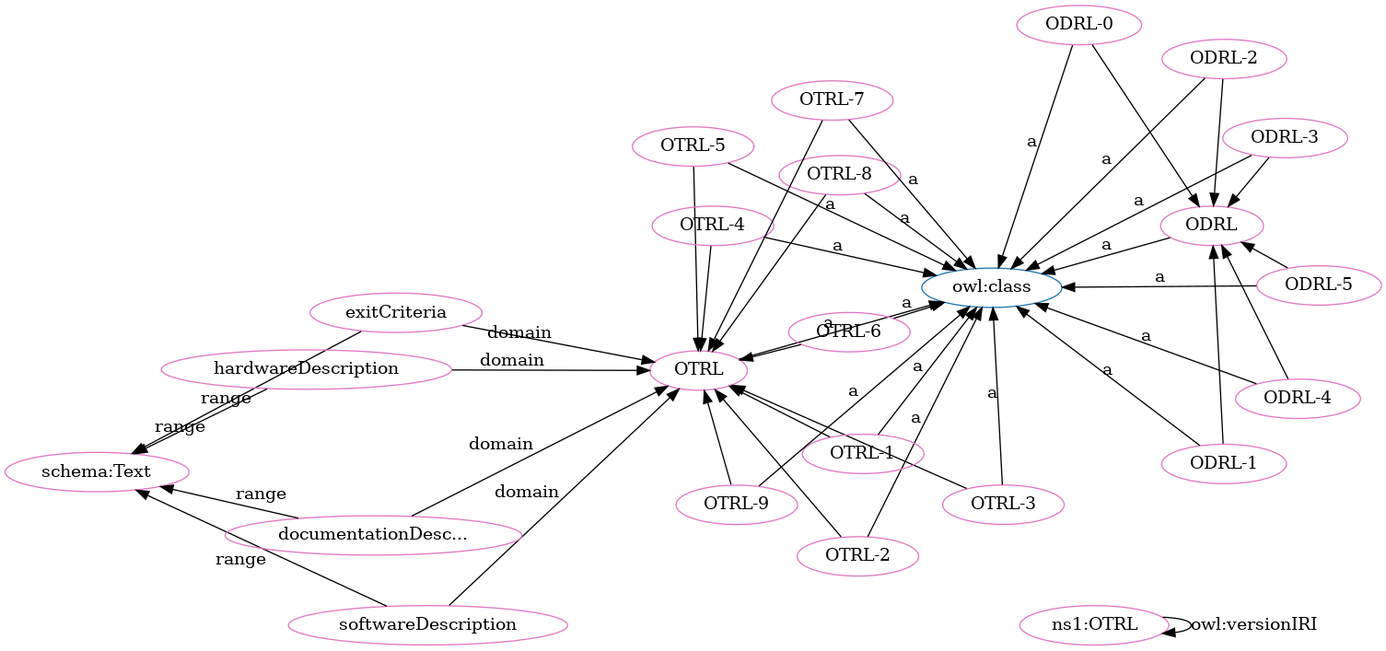
The Graphviz diagram OTRL-clean.png in OPEN-NEXT/OKH-LOSH, before a commit. Its source is kept beside it as OTRL-clean.dot. Its diagram source:
```dot
digraph G {
  rankdir=BT
  node[height=.3]
"http://purl.org/oseg/ontologies/OTRL#OTRL" [fillcolor="#1f77b4" color="#1f77b4" label="OTRL"]
"http://purl.org/oseg/ontologies/OTRL#ODRL" [fillcolor="#1f77b4" color="#1f77b4" label="ODRL"]
"http://www.w3.org/2002/07/owl#class" [fillcolor="#1f77b4" color="#1f77b4" label="owl:class"]
"http://schema.org/Text" [fillcolor="#e377c2" color="#e377c2" label="schema:Text"]
"http://purl.org/oseg/ontologies/OTRL" [fillcolor="#e377c2" color="#e377c2" label="ns1:OTRL"]
"http://purl.org/oseg/ontologies/OTRL#OTRL-2" [fillcolor="#e377c2" color="#e377c2" label="OTRL-2"]
"http://purl.org/oseg/ontologies/OTRL#ODRL-2" [fillcolor="#e377c2" color="#e377c2" label="ODRL-2"]
"http://purl.org/oseg/ontologies/OTRL#ODRL" [fillcolor="#e377c2" color="#e377c2" label="ODRL"]
"http://purl.org/oseg/ontologies/OTRL#OTRL" [fillcolor="#e377c2" color="#e377c2" label="OTRL"]
"http://purl.org/oseg/ontologies/OTRL#exitCriteria" [fillcolor="#e377c2" color="#e377c2" label="exitCriteria"]
"http://purl.org/oseg/ontologies/OTRL#softwareDescription" [fillcolor="#e377c2" color="#e377c2" label="softwareDescription"]
"http://purl.org/oseg/ontologies/OTRL#documentationDescription" [fillcolor="#e377c2" color="#e377c2" label="documentationDesc..."]
"http://purl.org/oseg/ontologies/OTRL#OTRL-3" [fillcolor="#e377c2" color="#e377c2" label="OTRL-3"]
"http://purl.org/oseg/ontologies/OTRL#ODRL-5" [fillcolor="#e377c2" color="#e377c2" label="ODRL-5"]
"http://purl.org/oseg/ontologies/OTRL#OTRL-8" [fillcolor="#e377c2" color="#e377c2" label="OTRL-8"]
"http://purl.org/oseg/ontologies/OTRL#OTRL-1" [fillcolor="#e377c2" color="#e377c2" label="OTRL-1"]
"http://purl.org/oseg/ontologies/OTRL#OTRL-6" [fillcolor="#e377c2" color="#e377c2" label="OTRL-6"]
"http://purl.org/oseg/ontologies/OTRL#OTRL-5" [fillcolor="#e377c2" color="#e377c2" label="OTRL-5"]
"http://purl.org/oseg/ontologies/OTRL#hardwareDescription" [fillcolor="#e377c2" color="#e377c2" label="hardwareDescription"]
"http://purl.org/oseg/ontologies/OTRL#OTRL-9" [fillcolor="#e377c2" color="#e377c2" label="OTRL-9"]
"http://purl.org/oseg/ontologies/OTRL#ODRL-0" [fillcolor="#e377c2" color="#e377c2" label="ODRL-0"]
"http://purl.org/oseg/ontologies/OTRL#ODRL-1" [fillcolor="#e377c2" color="#e377c2" label="ODRL-1"]
"http://purl.org/oseg/ontologies/OTRL#OTRL-4" [fillcolor="#e377c2" color="#e377c2" label="OTRL-4"]
"http://purl.org/oseg/ontologies/OTRL#ODRL-3" [fillcolor="#e377c2" color="#e377c2" label="ODRL-3"]
"http://purl.org/oseg/ontologies/OTRL#ODRL-4" [fillcolor="#e377c2" color="#e377c2" label="ODRL-4"]
"http://purl.org/oseg/ontologies/OTRL#OTRL-7" [fillcolor="#e377c2" color="#e377c2" label="OTRL-7"]
  "http://purl.org/oseg/ontologies/OTRL#OTRL-2" -> "http://www.w3.org/2002/07/owl#class" [label="a"]
  "http://purl.org/oseg/ontologies/OTRL#ODRL" -> "http://www.w3.org/2002/07/owl#class" [label="a"]
  "http://purl.org/oseg/ontologies/OTRL#OTRL-2" -> "http://purl.org/oseg/ontologies/OTRL#OTRL" [label=""]
  "http://purl.org/oseg/ontologies/OTRL#ODRL-4" -> "http://purl.org/oseg/ontologies/OTRL#ODRL" [label=""]
  "http://purl.org/oseg/ontologies/OTRL#ODRL-5" -> "http://purl.org/oseg/ontologies/OTRL#ODRL" [label=""]
  "http://purl.org/oseg/ontologies/OTRL#OTRL-7" -> "http://purl.org/oseg/ontologies/OTRL#OTRL" [label=""]
  "http://purl.org/oseg/ontologies/OTRL#OTRL-1" -> "http://www.w3.org/2002/07/owl#class" [label="a"]
  "http://purl.org/oseg/ontologies/OTRL#ODRL-2" -> "http://purl.org/oseg/ontologies/OTRL#ODRL" [label=""]
  "http://purl.org/oseg/ontologies/OTRL#OTRL-1" -> "http://purl.org/oseg/ontologies/OTRL#OTRL" [label=""]
  "http://purl.org/oseg/ontologies/OTRL#ODRL-0" -> "http://purl.org/oseg/ontologies/OTRL#ODRL" [label=""]
  "http://purl.org/oseg/ontologies/OTRL#OTRL" -> "http://www.w3.org/2002/07/owl#class" [label="a"]
  "http://purl.org/oseg/ontologies/OTRL#OTRL-3" -> "http://purl.org/oseg/ontologies/OTRL#OTRL" [label=""]
  "http://purl.org/oseg/ontologies/OTRL#ODRL-1" -> "http://www.w3.org/2002/07/owl#class" [label="a"]
  "http://purl.org/oseg/ontologies/OTRL#OTRL-4" -> "http://www.w3.org/2002/07/owl#class" [label="a"]
  "http://purl.org/oseg/ontologies/OTRL#ODRL-3" -> "http://www.w3.org/2002/07/owl#class" [label="a"]
  "http://purl.org/oseg/ontologies/OTRL#OTRL-4" -> "http://purl.org/oseg/ontologies/OTRL#OTRL" [label=""]
  "http://purl.org/oseg/ontologies/OTRL#exitCriteria" -> "http://purl.org/oseg/ontologies/OTRL#OTRL" [label="domain"]
  "http://purl.org/oseg/ontologies/OTRL#hardwareDescription" -> "http://purl.org/oseg/ontologies/OTRL#OTRL" [label="domain"]
  "http://purl.org/oseg/ontologies/OTRL#documentationDescription" -> "http://purl.org/oseg/ontologies/OTRL#OTRL" [label="domain"]
  "http://purl.org/oseg/ontologies/OTRL#OTRL-8" -> "http://purl.org/oseg/ontologies/OTRL#OTRL" [label=""]
  "http://purl.org/oseg/ontologies/OTRL#documentationDescription" -> "http://schema.org/Text" [label="range"]
  "http://purl.org/oseg/ontologies/OTRL" -> "http://purl.org/oseg/ontologies/OTRL" [label="owl:versionIRI"]
  "http://purl.org/oseg/ontologies/OTRL#ODRL-2" -> "http://www.w3.org/2002/07/owl#class" [label="a"]
  "http://purl.org/oseg/ontologies/OTRL#OTRL-5" -> "http://purl.org/oseg/ontologies/OTRL#OTRL" [label=""]
  "http://purl.org/oseg/ontologies/OTRL#ODRL-3" -> "http://purl.org/oseg/ontologies/OTRL#ODRL" [label=""]
  "http://purl.org/oseg/ontologies/OTRL#OTRL-3" -> "http://www.w3.org/2002/07/owl#class" [label="a"]
  "http://purl.org/oseg/ontologies/OTRL#hardwareDescription" -> "http://schema.org/Text" [label="range"]
  "http://purl.org/oseg/ontologies/OTRL#softwareDescription" -> "http://purl.org/oseg/ontologies/OTRL#OTRL" [label="domain"]
  "http://purl.org/oseg/ontologies/OTRL#ODRL-5" -> "http://www.w3.org/2002/07/owl#class" [label="a"]
  "http://purl.org/oseg/ontologies/OTRL#exitCriteria" -> "http://schema.org/Text" [label="range"]
  "http://purl.org/oseg/ontologies/OTRL#OTRL-8" -> "http://www.w3.org/2002/07/owl#class" [label="a"]
  "http://purl.org/oseg/ontologies/OTRL#OTRL-6" -> "http://www.w3.org/2002/07/owl#class" [label="a"]
  "http://purl.org/oseg/ontologies/OTRL#OTRL-5" -> "http://www.w3.org/2002/07/owl#class" [label="a"]
  "http://purl.org/oseg/ontologies/OTRL#ODRL-1" -> "http://purl.org/oseg/ontologies/OTRL#ODRL" [label=""]
  "http://purl.org/oseg/ontologies/OTRL#OTRL-6" -> "http://purl.org/oseg/ontologies/OTRL#OTRL" [label=""]
  "http://purl.org/oseg/ontologies/OTRL#OTRL-9" -> "http://www.w3.org/2002/07/owl#class" [label="a"]
  "http://purl.org/oseg/ontologies/OTRL#ODRL-0" -> "http://www.w3.org/2002/07/owl#class" [label="a"]
  "http://purl.org/oseg/ontologies/OTRL#OTRL-9" -> "http://purl.org/oseg/ontologies/OTRL#OTRL" [label=""]
  "http://purl.org/oseg/ontologies/OTRL#ODRL-4" -> "http://www.w3.org/2002/07/owl#class" [label="a"]
  "http://purl.org/oseg/ontologies/OTRL#OTRL-7" -> "http://www.w3.org/2002/07/owl#class" [label="a"]
  "http://purl.org/oseg/ontologies/OTRL#softwareDescription" -> "http://schema.org/Text" [label="range"]
}
```
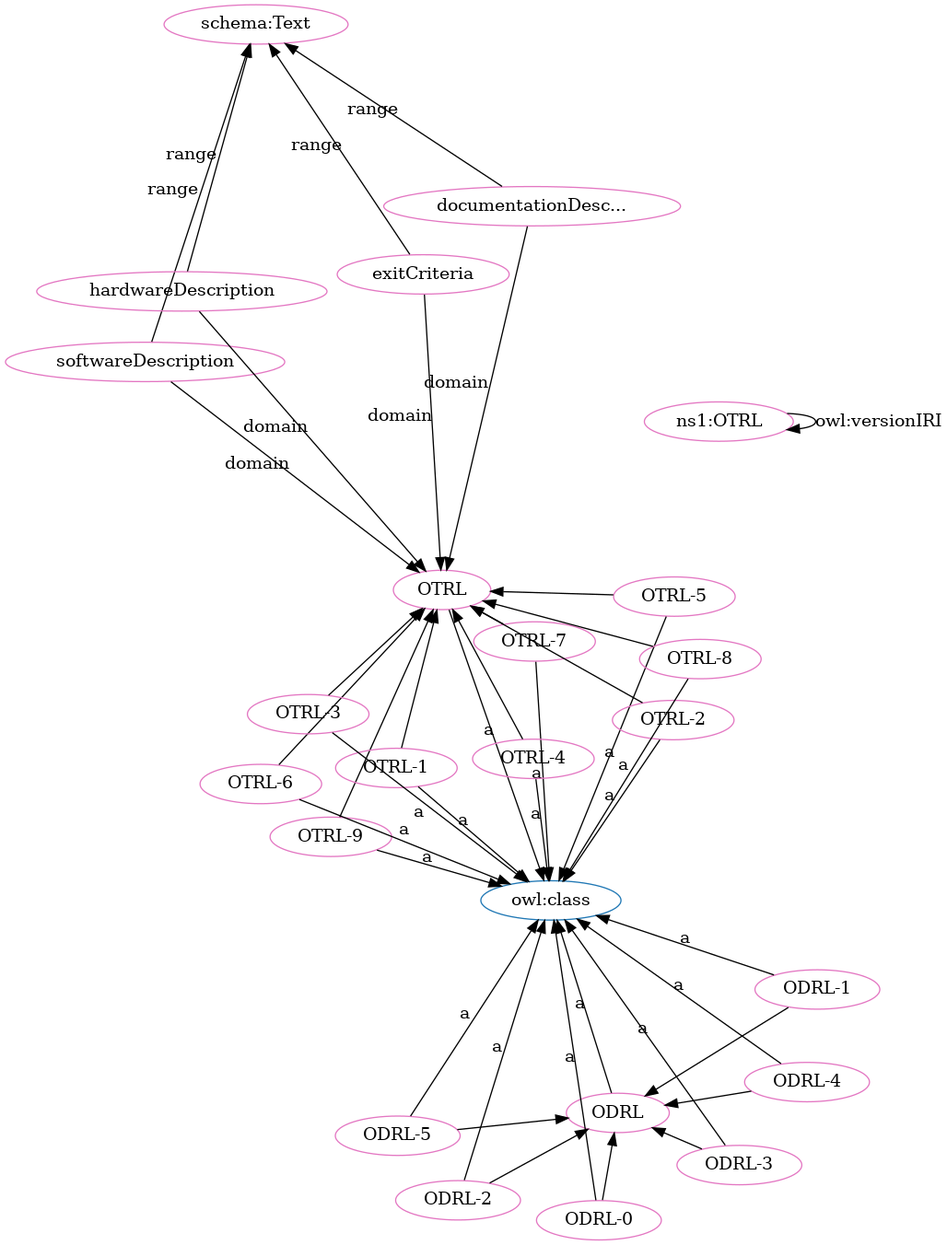
Above is the later version.

The edit, as a diff of the source:
```diff
@@ -1,71 +1,71 @@
 digraph G {
   rankdir=BT
   node[height=.3]
+"http://purl.org/oseg/ontologies/OTRL#ODRL" [fillcolor="#1f77b4" color="#1f77b4" label="ODRL"]
 "http://purl.org/oseg/ontologies/OTRL#OTRL" [fillcolor="#1f77b4" color="#1f77b4" label="OTRL"]
-"http://purl.org/oseg/ontologies/OTRL#ODRL" [fillcolor="#1f77b4" color="#1f77b4" label="ODRL"]
 "http://www.w3.org/2002/07/owl#class" [fillcolor="#1f77b4" color="#1f77b4" label="owl:class"]
+"http://purl.org/oseg/ontologies/OTRL" [fillcolor="#e377c2" color="#e377c2" label="ns1:OTRL"]
 "http://schema.org/Text" [fillcolor="#e377c2" color="#e377c2" label="schema:Text"]
-"http://purl.org/oseg/ontologies/OTRL" [fillcolor="#e377c2" color="#e377c2" label="ns1:OTRL"]
+"http://purl.org/oseg/ontologies/OTRL#OTRL-9" [fillcolor="#e377c2" color="#e377c2" label="OTRL-9"]
+"http://purl.org/oseg/ontologies/OTRL#ODRL" [fillcolor="#e377c2" color="#e377c2" label="ODRL"]
+"http://purl.org/oseg/ontologies/OTRL#ODRL-4" [fillcolor="#e377c2" color="#e377c2" label="ODRL-4"]
+"http://purl.org/oseg/ontologies/OTRL#OTRL" [fillcolor="#e377c2" color="#e377c2" label="OTRL"]
+"http://purl.org/oseg/ontologies/OTRL#OTRL-1" [fillcolor="#e377c2" color="#e377c2" label="OTRL-1"]
+"http://purl.org/oseg/ontologies/OTRL#ODRL-1" [fillcolor="#e377c2" color="#e377c2" label="ODRL-1"]
+"http://purl.org/oseg/ontologies/OTRL#OTRL-6" [fillcolor="#e377c2" color="#e377c2" label="OTRL-6"]
+"http://purl.org/oseg/ontologies/OTRL#ODRL-0" [fillcolor="#e377c2" color="#e377c2" label="ODRL-0"]
+"http://purl.org/oseg/ontologies/OTRL#ODRL-5" [fillcolor="#e377c2" color="#e377c2" label="ODRL-5"]
+"http://purl.org/oseg/ontologies/OTRL#OTRL-7" [fillcolor="#e377c2" color="#e377c2" label="OTRL-7"]
+"http://purl.org/oseg/ontologies/OTRL#ODRL-3" [fillcolor="#e377c2" color="#e377c2" label="ODRL-3"]
+"http://purl.org/oseg/ontologies/OTRL#OTRL-4" [fillcolor="#e377c2" color="#e377c2" label="OTRL-4"]
+"http://purl.org/oseg/ontologies/OTRL#OTRL-5" [fillcolor="#e377c2" color="#e377c2" label="OTRL-5"]
+"http://purl.org/oseg/ontologies/OTRL#exitCriteria" [fillcolor="#e377c2" color="#e377c2" label="exitCriteria"]
+"http://purl.org/oseg/ontologies/OTRL#softwareDescription" [fillcolor="#e377c2" color="#e377c2" label="softwareDescription"]
+"http://purl.org/oseg/ontologies/OTRL#OTRL-3" [fillcolor="#e377c2" color="#e377c2" label="OTRL-3"]
+"http://purl.org/oseg/ontologies/OTRL#hardwareDescription" [fillcolor="#e377c2" color="#e377c2" label="hardwareDescription"]
 "http://purl.org/oseg/ontologies/OTRL#OTRL-2" [fillcolor="#e377c2" color="#e377c2" label="OTRL-2"]
 "http://purl.org/oseg/ontologies/OTRL#ODRL-2" [fillcolor="#e377c2" color="#e377c2" label="ODRL-2"]
-"http://purl.org/oseg/ontologies/OTRL#ODRL" [fillcolor="#e377c2" color="#e377c2" label="ODRL"]
-"http://purl.org/oseg/ontologies/OTRL#OTRL" [fillcolor="#e377c2" color="#e377c2" label="OTRL"]
-"http://purl.org/oseg/ontologies/OTRL#exitCriteria" [fillcolor="#e377c2" color="#e377c2" label="exitCriteria"]
-"http://purl.org/oseg/ontologies/OTRL#softwareDescription" [fillcolor="#e377c2" color="#e377c2" label="softwareDescription"]
 "http://purl.org/oseg/ontologies/OTRL#documentationDescription" [fillcolor="#e377c2" color="#e377c2" label="documentationDesc..."]
-"http://purl.org/oseg/ontologies/OTRL#OTRL-3" [fillcolor="#e377c2" color="#e377c2" label="OTRL-3"]
-"http://purl.org/oseg/ontologies/OTRL#ODRL-5" [fillcolor="#e377c2" color="#e377c2" label="ODRL-5"]
 "http://purl.org/oseg/ontologies/OTRL#OTRL-8" [fillcolor="#e377c2" color="#e377c2" label="OTRL-8"]
-"http://purl.org/oseg/ontologies/OTRL#OTRL-1" [fillcolor="#e377c2" color="#e377c2" label="OTRL-1"]
-"http://purl.org/oseg/ontologies/OTRL#OTRL-6" [fillcolor="#e377c2" color="#e377c2" label="OTRL-6"]
-"http://purl.org/oseg/ontologies/OTRL#OTRL-5" [fillcolor="#e377c2" color="#e377c2" label="OTRL-5"]
-"http://purl.org/oseg/ontologies/OTRL#hardwareDescription" [fillcolor="#e377c2" color="#e377c2" label="hardwareDescription"]
-"http://purl.org/oseg/ontologies/OTRL#OTRL-9" [fillcolor="#e377c2" color="#e377c2" label="OTRL-9"]
-"http://purl.org/oseg/ontologies/OTRL#ODRL-0" [fillcolor="#e377c2" color="#e377c2" label="ODRL-0"]
-"http://purl.org/oseg/ontologies/OTRL#ODRL-1" [fillcolor="#e377c2" color="#e377c2" label="ODRL-1"]
-"http://purl.org/oseg/ontologies/OTRL#OTRL-4" [fillcolor="#e377c2" color="#e377c2" label="OTRL-4"]
-"http://purl.org/oseg/ontologies/OTRL#ODRL-3" [fillcolor="#e377c2" color="#e377c2" label="ODRL-3"]
-"http://purl.org/oseg/ontologies/OTRL#ODRL-4" [fillcolor="#e377c2" color="#e377c2" label="ODRL-4"]
-"http://purl.org/oseg/ontologies/OTRL#OTRL-7" [fillcolor="#e377c2" color="#e377c2" label="OTRL-7"]
-  "http://purl.org/oseg/ontologies/OTRL#OTRL-2" -> "http://www.w3.org/2002/07/owl#class" [label="a"]
-  "http://purl.org/oseg/ontologies/OTRL#ODRL" -> "http://www.w3.org/2002/07/owl#class" [label="a"]
-  "http://purl.org/oseg/ontologies/OTRL#OTRL-2" -> "http://purl.org/oseg/ontologies/OTRL#OTRL" [label=""]
+  "http://purl.org/oseg/ontologies/OTRL#softwareDescription" -> "http://schema.org/Text" [label="range"]
+  "http://purl.org/oseg/ontologies/OTRL#OTRL-9" -> "http://www.w3.org/2002/07/owl#class" [label="a"]
+  "http://purl.org/oseg/ontologies/OTRL#documentationDescription" -> "http://schema.org/Text" [label="range"]
   "http://purl.org/oseg/ontologies/OTRL#ODRL-4" -> "http://purl.org/oseg/ontologies/OTRL#ODRL" [label=""]
-  "http://purl.org/oseg/ontologies/OTRL#ODRL-5" -> "http://purl.org/oseg/ontologies/OTRL#ODRL" [label=""]
-  "http://purl.org/oseg/ontologies/OTRL#OTRL-7" -> "http://purl.org/oseg/ontologies/OTRL#OTRL" [label=""]
+  "http://purl.org/oseg/ontologies/OTRL#OTRL-6" -> "http://purl.org/oseg/ontologies/OTRL#OTRL" [label=""]
+  "http://purl.org/oseg/ontologies/OTRL#exitCriteria" -> "http://purl.org/oseg/ontologies/OTRL#OTRL" [label="domain"]
   "http://purl.org/oseg/ontologies/OTRL#OTRL-1" -> "http://www.w3.org/2002/07/owl#class" [label="a"]
-  "http://purl.org/oseg/ontologies/OTRL#ODRL-2" -> "http://purl.org/oseg/ontologies/OTRL#ODRL" [label=""]
+  "http://purl.org/oseg/ontologies/OTRL#softwareDescription" -> "http://purl.org/oseg/ontologies/OTRL#OTRL" [label="domain"]
+  "http://purl.org/oseg/ontologies/OTRL#ODRL-1" -> "http://www.w3.org/2002/07/owl#class" [label="a"]
+  "http://purl.org/oseg/ontologies/OTRL#OTRL-6" -> "http://www.w3.org/2002/07/owl#class" [label="a"]
   "http://purl.org/oseg/ontologies/OTRL#OTRL-1" -> "http://purl.org/oseg/ontologies/OTRL#OTRL" [label=""]
   "http://purl.org/oseg/ontologies/OTRL#ODRL-0" -> "http://purl.org/oseg/ontologies/OTRL#ODRL" [label=""]
+  "http://purl.org/oseg/ontologies/OTRL#ODRL-3" -> "http://purl.org/oseg/ontologies/OTRL#ODRL" [label=""]
+  "http://purl.org/oseg/ontologies/OTRL#OTRL-4" -> "http://www.w3.org/2002/07/owl#class" [label="a"]
+  "http://purl.org/oseg/ontologies/OTRL#OTRL-9" -> "http://purl.org/oseg/ontologies/OTRL#OTRL" [label=""]
+  "http://purl.org/oseg/ontologies/OTRL#OTRL-5" -> "http://purl.org/oseg/ontologies/OTRL#OTRL" [label=""]
+  "http://purl.org/oseg/ontologies/OTRL#OTRL-7" -> "http://purl.org/oseg/ontologies/OTRL#OTRL" [label=""]
+  "http://purl.org/oseg/ontologies/OTRL#OTRL-3" -> "http://www.w3.org/2002/07/owl#class" [label="a"]
+  "http://purl.org/oseg/ontologies/OTRL#OTRL-2" -> "http://purl.org/oseg/ontologies/OTRL#OTRL" [label=""]
+  "http://purl.org/oseg/ontologies/OTRL#ODRL-2" -> "http://www.w3.org/2002/07/owl#class" [label="a"]
+  "http://purl.org/oseg/ontologies/OTRL#hardwareDescription" -> "http://schema.org/Text" [label="range"]
+  "http://purl.org/oseg/ontologies/OTRL#OTRL-8" -> "http://www.w3.org/2002/07/owl#class" [label="a"]
+  "http://purl.org/oseg/ontologies/OTRL#documentationDescription" -> "http://purl.org/oseg/ontologies/OTRL#OTRL" [label="domain"]
+  "http://purl.org/oseg/ontologies/OTRL" -> "http://purl.org/oseg/ontologies/OTRL" [label="owl:versionIRI"]
+  "http://purl.org/oseg/ontologies/OTRL#ODRL-5" -> "http://purl.org/oseg/ontologies/OTRL#ODRL" [label=""]
+  "http://purl.org/oseg/ontologies/OTRL#ODRL-4" -> "http://www.w3.org/2002/07/owl#class" [label="a"]
+  "http://purl.org/oseg/ontologies/OTRL#ODRL" -> "http://www.w3.org/2002/07/owl#class" [label="a"]
+  "http://purl.org/oseg/ontologies/OTRL#ODRL-2" -> "http://purl.org/oseg/ontologies/OTRL#ODRL" [label=""]
+  "http://purl.org/oseg/ontologies/OTRL#ODRL-1" -> "http://purl.org/oseg/ontologies/OTRL#ODRL" [label=""]
+  "http://purl.org/oseg/ontologies/OTRL#OTRL-3" -> "http://purl.org/oseg/ontologies/OTRL#OTRL" [label=""]
+  "http://purl.org/oseg/ontologies/OTRL#ODRL-0" -> "http://www.w3.org/2002/07/owl#class" [label="a"]
+  "http://purl.org/oseg/ontologies/OTRL#ODRL-5" -> "http://www.w3.org/2002/07/owl#class" [label="a"]
   "http://purl.org/oseg/ontologies/OTRL#OTRL" -> "http://www.w3.org/2002/07/owl#class" [label="a"]
-  "http://purl.org/oseg/ontologies/OTRL#OTRL-3" -> "http://purl.org/oseg/ontologies/OTRL#OTRL" [label=""]
-  "http://purl.org/oseg/ontologies/OTRL#ODRL-1" -> "http://www.w3.org/2002/07/owl#class" [label="a"]
-  "http://purl.org/oseg/ontologies/OTRL#OTRL-4" -> "http://www.w3.org/2002/07/owl#class" [label="a"]
+  "http://purl.org/oseg/ontologies/OTRL#OTRL-7" -> "http://www.w3.org/2002/07/owl#class" [label="a"]
+  "http://purl.org/oseg/ontologies/OTRL#OTRL-8" -> "http://purl.org/oseg/ontologies/OTRL#OTRL" [label=""]
   "http://purl.org/oseg/ontologies/OTRL#ODRL-3" -> "http://www.w3.org/2002/07/owl#class" [label="a"]
+  "http://purl.org/oseg/ontologies/OTRL#OTRL-5" -> "http://www.w3.org/2002/07/owl#class" [label="a"]
   "http://purl.org/oseg/ontologies/OTRL#OTRL-4" -> "http://purl.org/oseg/ontologies/OTRL#OTRL" [label=""]
-  "http://purl.org/oseg/ontologies/OTRL#exitCriteria" -> "http://purl.org/oseg/ontologies/OTRL#OTRL" [label="domain"]
+  "http://purl.org/oseg/ontologies/OTRL#OTRL-2" -> "http://www.w3.org/2002/07/owl#class" [label="a"]
+  "http://purl.org/oseg/ontologies/OTRL#exitCriteria" -> "http://schema.org/Text" [label="range"]
   "http://purl.org/oseg/ontologies/OTRL#hardwareDescription" -> "http://purl.org/oseg/ontologies/OTRL#OTRL" [label="domain"]
-  "http://purl.org/oseg/ontologies/OTRL#documentationDescription" -> "http://purl.org/oseg/ontologies/OTRL#OTRL" [label="domain"]
-  "http://purl.org/oseg/ontologies/OTRL#OTRL-8" -> "http://purl.org/oseg/ontologies/OTRL#OTRL" [label=""]
-  "http://purl.org/oseg/ontologies/OTRL#documentationDescription" -> "http://schema.org/Text" [label="range"]
-  "http://purl.org/oseg/ontologies/OTRL" -> "http://purl.org/oseg/ontologies/OTRL" [label="owl:versionIRI"]
-  "http://purl.org/oseg/ontologies/OTRL#ODRL-2" -> "http://www.w3.org/2002/07/owl#class" [label="a"]
-  "http://purl.org/oseg/ontologies/OTRL#OTRL-5" -> "http://purl.org/oseg/ontologies/OTRL#OTRL" [label=""]
-  "http://purl.org/oseg/ontologies/OTRL#ODRL-3" -> "http://purl.org/oseg/ontologies/OTRL#ODRL" [label=""]
-  "http://purl.org/oseg/ontologies/OTRL#OTRL-3" -> "http://www.w3.org/2002/07/owl#class" [label="a"]
-  "http://purl.org/oseg/ontologies/OTRL#hardwareDescription" -> "http://schema.org/Text" [label="range"]
-  "http://purl.org/oseg/ontologies/OTRL#softwareDescription" -> "http://purl.org/oseg/ontologies/OTRL#OTRL" [label="domain"]
-  "http://purl.org/oseg/ontologies/OTRL#ODRL-5" -> "http://www.w3.org/2002/07/owl#class" [label="a"]
-  "http://purl.org/oseg/ontologies/OTRL#exitCriteria" -> "http://schema.org/Text" [label="range"]
-  "http://purl.org/oseg/ontologies/OTRL#OTRL-8" -> "http://www.w3.org/2002/07/owl#class" [label="a"]
-  "http://purl.org/oseg/ontologies/OTRL#OTRL-6" -> "http://www.w3.org/2002/07/owl#class" [label="a"]
-  "http://purl.org/oseg/ontologies/OTRL#OTRL-5" -> "http://www.w3.org/2002/07/owl#class" [label="a"]
-  "http://purl.org/oseg/ontologies/OTRL#ODRL-1" -> "http://purl.org/oseg/ontologies/OTRL#ODRL" [label=""]
-  "http://purl.org/oseg/ontologies/OTRL#OTRL-6" -> "http://purl.org/oseg/ontologies/OTRL#OTRL" [label=""]
-  "http://purl.org/oseg/ontologies/OTRL#OTRL-9" -> "http://www.w3.org/2002/07/owl#class" [label="a"]
-  "http://purl.org/oseg/ontologies/OTRL#ODRL-0" -> "http://www.w3.org/2002/07/owl#class" [label="a"]
-  "http://purl.org/oseg/ontologies/OTRL#OTRL-9" -> "http://purl.org/oseg/ontologies/OTRL#OTRL" [label=""]
-  "http://purl.org/oseg/ontologies/OTRL#ODRL-4" -> "http://www.w3.org/2002/07/owl#class" [label="a"]
-  "http://purl.org/oseg/ontologies/OTRL#OTRL-7" -> "http://www.w3.org/2002/07/owl#class" [label="a"]
-  "http://purl.org/oseg/ontologies/OTRL#softwareDescription" -> "http://schema.org/Text" [label="range"]
 }
```
